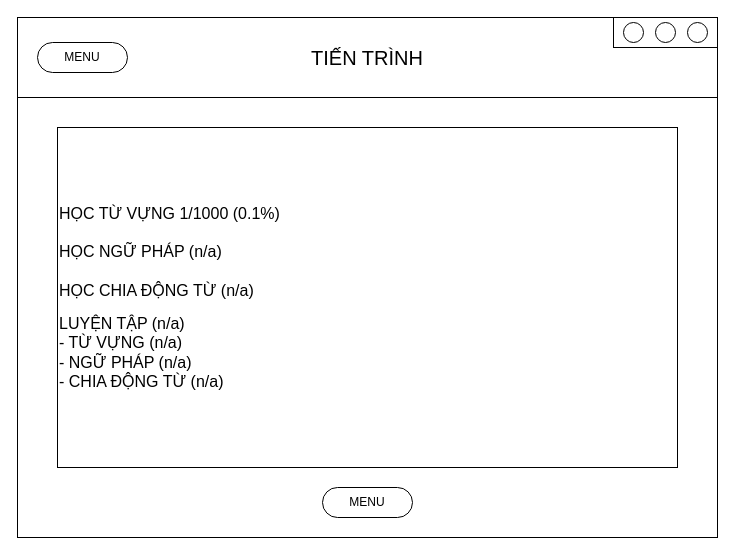
Before: page "Tiến trình" (16 of 16) of GUI.drawio in Tran-Long-Vu/AppVocabFR, a draw.io diagram. Source tidied: cells renumbered, new cells numbered last; positions are measured from the earlier drawing's top-left corner, leaving out a move shared by most shapes. Both pictures are drawn from the tidied source at 100%, with x=0, y=0 at pixel (17, 17).
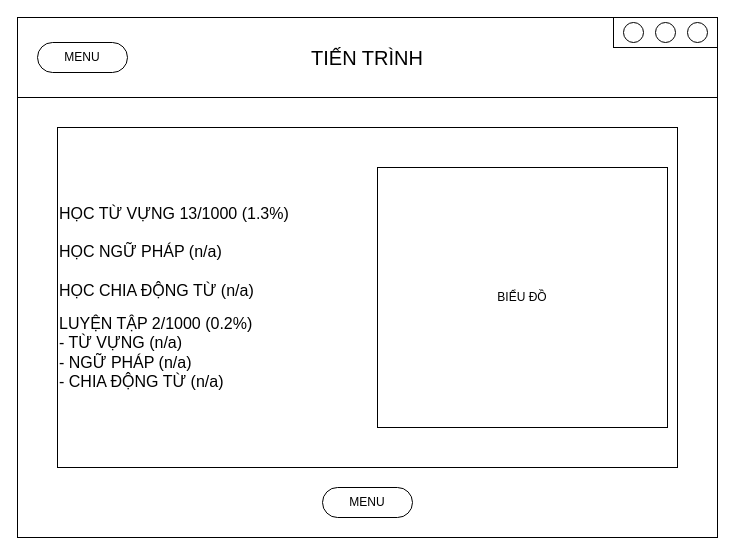
The same diagram, later.

The edit, as a diff of the source:
```diff
@@
 <mxGraphModel>
   <root>
     <mxCell id="0" />
     <mxCell id="1" parent="0" />
     <mxCell id="2" style="rounded=0;whiteSpace=wrap;html=1;" parent="1" vertex="1">
       <mxGeometry width="700" height="520" as="geometry" />
     </mxCell>
     <mxCell id="3" value="&lt;span style=&quot;font-size: 20px;&quot;&gt;TIẾN TRÌNH&lt;/span&gt;" style="rounded=0;whiteSpace=wrap;html=1;" parent="1" vertex="1">
       <mxGeometry width="700" height="80" as="geometry" />
     </mxCell>
     <mxCell id="4" style="group;" parent="1" vertex="1">
       <mxGeometry x="596" width="104" height="30" as="geometry" />
     </mxCell>
     <mxCell id="5" style="group;" parent="4" vertex="1">
       <mxGeometry width="104" height="30" as="geometry" />
     </mxCell>
     <mxCell id="6" style="rounded=0;whiteSpace=wrap;html=1;" parent="5" vertex="1">
       <mxGeometry width="104" height="30" as="geometry" />
     </mxCell>
     <mxCell id="7" style="ellipse;whiteSpace=wrap;html=1;" parent="5" vertex="1">
       <mxGeometry x="10" y="5" width="20" height="20" as="geometry" />
     </mxCell>
     <mxCell id="8" style="ellipse;whiteSpace=wrap;html=1;" parent="5" vertex="1">
       <mxGeometry x="42" y="5" width="20" height="20" as="geometry" />
     </mxCell>
     <mxCell id="9" style="ellipse;whiteSpace=wrap;html=1;" parent="5" vertex="1">
       <mxGeometry x="74" y="5" width="20" height="20" as="geometry" />
     </mxCell>
     <mxCell id="10" value="MENU" style="rounded=1;whiteSpace=wrap;html=1;arcSize=50;" parent="1" vertex="1">
       <mxGeometry x="20" y="25" width="90" height="30" as="geometry" />
     </mxCell>
-    <mxCell id="11" value="&lt;span style=&quot;font-size: 16px;&quot;&gt;HỌC TỪ VỰNG 1/1000 (0.1%)&lt;/span&gt;&lt;br&gt;&lt;div&gt;&lt;font style=&quot;font-size: 16px;&quot;&gt;&lt;span style=&quot;background-color: transparent; color: light-dark(rgb(0, 0, 0), rgb(255, 255, 255));&quot;&gt;&lt;br&gt;&lt;/span&gt;&lt;/font&gt;&lt;/div&gt;&lt;div&gt;&lt;font style=&quot;font-size: 16px;&quot;&gt;&lt;span style=&quot;background-color: transparent; color: light-dark(rgb(0, 0, 0), rgb(255, 255, 255));&quot;&gt;HỌC NGỮ PHÁP (n/a)&lt;/span&gt;&lt;/font&gt;&lt;/div&gt;&lt;div&gt;&lt;font style=&quot;font-size: 16px;&quot;&gt;&lt;span style=&quot;background-color: transparent; color: light-dark(rgb(0, 0, 0), rgb(255, 255, 255));&quot;&gt;&lt;br&gt;&lt;/span&gt;&lt;/font&gt;&lt;/div&gt;&lt;div&gt;&lt;font style=&quot;font-size: 16px;&quot;&gt;&lt;span style=&quot;background-color: transparent; color: light-dark(rgb(0, 0, 0), rgb(255, 255, 255));&quot;&gt;HỌC CHIA ĐỘNG TỪ (n/a)&amp;nbsp;&lt;/span&gt;&lt;/font&gt;&lt;/div&gt;&lt;div&gt;&lt;br&gt;&lt;/div&gt;&lt;div&gt;&lt;span style=&quot;font-size: 16px;&quot;&gt;LUYỆN TẬP (n/a)&lt;/span&gt;&lt;/div&gt;&lt;div&gt;&lt;span style=&quot;font-size: 16px;&quot;&gt;- TỪ VỰNG (n/a)&lt;/span&gt;&lt;/div&gt;&lt;div&gt;&lt;span style=&quot;font-size: 16px;&quot;&gt;- NGỮ PHÁP (n/a)&lt;/span&gt;&lt;/div&gt;&lt;div&gt;&lt;span style=&quot;font-size: 16px;&quot;&gt;- CHIA ĐỘNG TỪ (n/a)&lt;/span&gt;&lt;/div&gt;" style="rounded=0;whiteSpace=wrap;html=1;align=left;" parent="1" vertex="1">
+    <mxCell id="11" value="&lt;span style=&quot;font-size: 16px;&quot;&gt;HỌC TỪ VỰNG 13/1000 (1.3%)&lt;/span&gt;&lt;br&gt;&lt;div&gt;&lt;font style=&quot;font-size: 16px;&quot;&gt;&lt;span style=&quot;background-color: transparent; color: light-dark(rgb(0, 0, 0), rgb(255, 255, 255));&quot;&gt;&lt;br&gt;&lt;/span&gt;&lt;/font&gt;&lt;/div&gt;&lt;div&gt;&lt;font style=&quot;font-size: 16px;&quot;&gt;&lt;span style=&quot;background-color: transparent; color: light-dark(rgb(0, 0, 0), rgb(255, 255, 255));&quot;&gt;HỌC NGỮ PHÁP (n/a)&lt;/span&gt;&lt;/font&gt;&lt;/div&gt;&lt;div&gt;&lt;font style=&quot;font-size: 16px;&quot;&gt;&lt;span style=&quot;background-color: transparent; color: light-dark(rgb(0, 0, 0), rgb(255, 255, 255));&quot;&gt;&lt;br&gt;&lt;/span&gt;&lt;/font&gt;&lt;/div&gt;&lt;div&gt;&lt;font style=&quot;font-size: 16px;&quot;&gt;&lt;span style=&quot;background-color: transparent; color: light-dark(rgb(0, 0, 0), rgb(255, 255, 255));&quot;&gt;HỌC CHIA ĐỘNG TỪ (n/a)&amp;nbsp;&lt;/span&gt;&lt;/font&gt;&lt;/div&gt;&lt;div&gt;&lt;br&gt;&lt;/div&gt;&lt;div&gt;&lt;span style=&quot;font-size: 16px;&quot;&gt;LUYỆN TẬP 2/1000 (0.2%)&lt;/span&gt;&lt;/div&gt;&lt;div&gt;&lt;span style=&quot;font-size: 16px;&quot;&gt;- TỪ VỰNG (n/a)&lt;/span&gt;&lt;/div&gt;&lt;div&gt;&lt;span style=&quot;font-size: 16px;&quot;&gt;- NGỮ PHÁP (n/a)&lt;/span&gt;&lt;/div&gt;&lt;div&gt;&lt;span style=&quot;font-size: 16px;&quot;&gt;- CHIA ĐỘNG TỪ (n/a)&lt;/span&gt;&lt;/div&gt;" style="rounded=0;whiteSpace=wrap;html=1;align=left;" parent="1" vertex="1">
       <mxGeometry x="40" y="110" width="620" height="340" as="geometry" />
     </mxCell>
     <mxCell id="12" value="MENU" style="rounded=1;whiteSpace=wrap;html=1;arcSize=50;" parent="1" vertex="1">
       <mxGeometry x="305" y="470" width="90" height="30" as="geometry" />
     </mxCell>
+    <mxCell id="13" value="BIỂU ĐỒ" style="rounded=0;whiteSpace=wrap;html=1;" parent="1" vertex="1">
+      <mxGeometry x="360" y="150" width="290" height="260" as="geometry" />
+    </mxCell>
   </root>
 </mxGraphModel>
```
